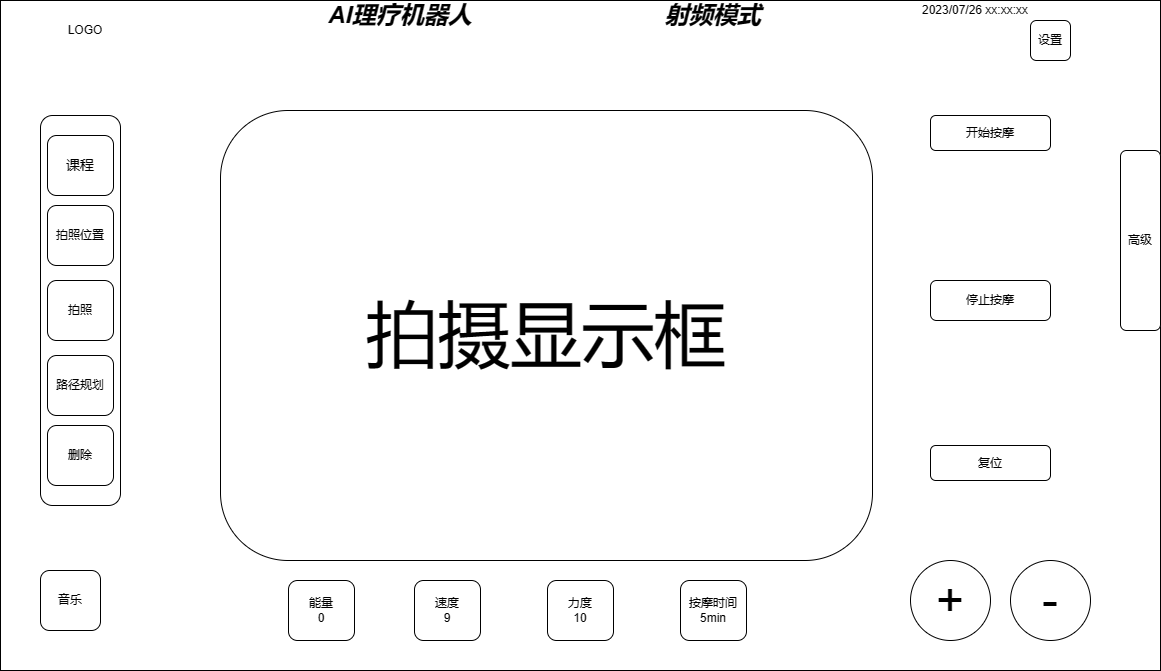
The draw.io diagram MiaoMiRadio.png in Durpe/Drawio, before a commit. Source tidied: cells renumbered, new cells last; positions are measured from the earlier drawing's top-left corner, leaving out a move shared by most shapes.
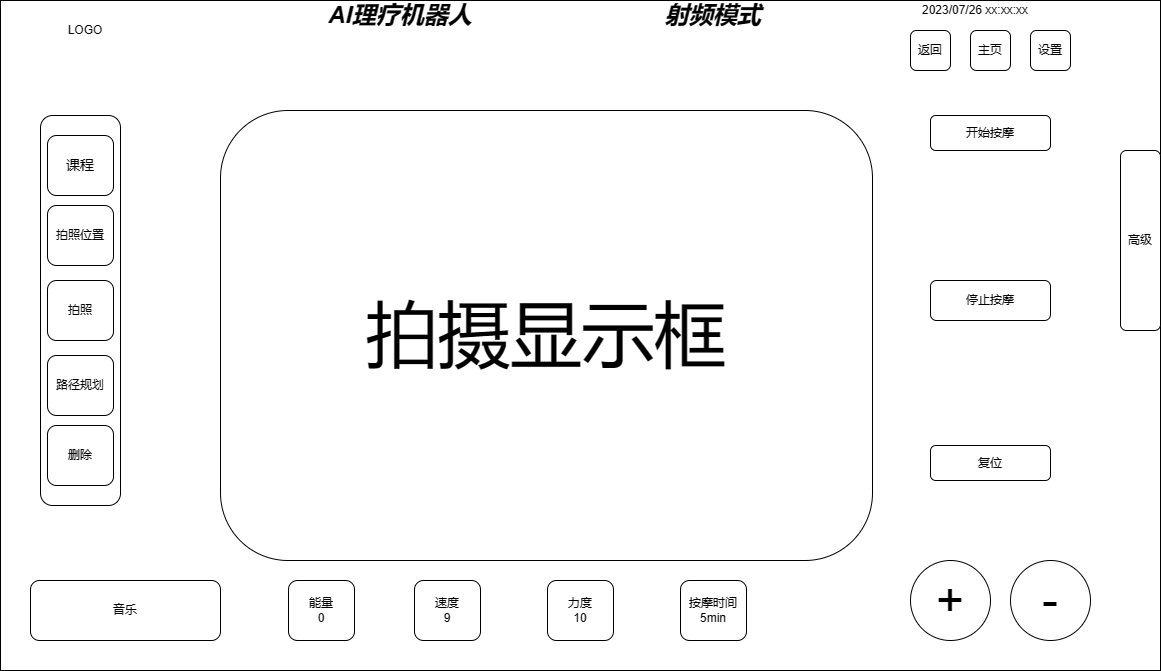
The same diagram one commit later.

What changed in the source:
```diff
@@ -24,10 +24,10 @@
       <mxGeometry x="47" y="355" width="66" height="60" as="geometry" />
     </mxCell>
     <mxCell id="9" value="音乐" style="rounded=1;whiteSpace=wrap;html=1;" parent="1" vertex="1">
-      <mxGeometry x="40" y="570" width="60" height="60" as="geometry" />
+      <mxGeometry x="30" y="580" width="190" height="60" as="geometry" />
     </mxCell>
     <mxCell id="10" value="设置" style="rounded=1;whiteSpace=wrap;html=1;" parent="1" vertex="1">
-      <mxGeometry x="1030" y="20" width="40" height="40" as="geometry" />
+      <mxGeometry x="1030" y="30" width="40" height="40" as="geometry" />
     </mxCell>
     <mxCell id="11" value="开始按摩" style="rounded=1;whiteSpace=wrap;html=1;" parent="1" vertex="1">
       <mxGeometry x="930" y="115" width="120" height="35" as="geometry" />
@@ -74,5 +74,11 @@
     <mxCell id="25" value="2023/07/26 xx:xx:xx" style="text;html=1;strokeColor=none;fillColor=none;align=center;verticalAlign=middle;whiteSpace=wrap;rounded=0;" parent="1" vertex="1">
       <mxGeometry x="870" width="210" height="20" as="geometry" />
     </mxCell>
+    <mxCell id="26" value="主页" style="rounded=1;whiteSpace=wrap;html=1;" parent="1" vertex="1">
+      <mxGeometry x="970" y="30" width="40" height="40" as="geometry" />
+    </mxCell>
+    <mxCell id="27" value="返回" style="rounded=1;whiteSpace=wrap;html=1;" parent="1" vertex="1">
+      <mxGeometry x="910" y="30" width="40" height="40" as="geometry" />
+    </mxCell>
   </root>
 </mxGraphModel>
```
